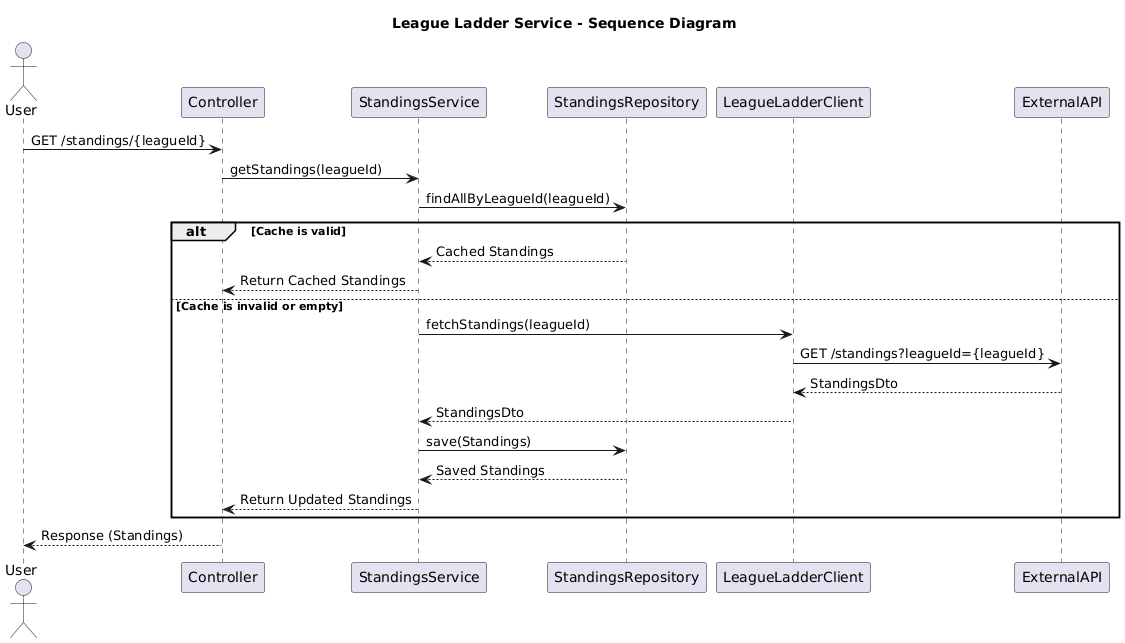
Earlier version of the PlantUML export sequence-diagram.png (kartikdewal/league-ladder). Source of this version:
```plantuml
@startuml
title League Ladder Service - Sequence Diagram

actor User
participant Controller
participant StandingsService
participant StandingsRepository
participant LeagueLadderClient
participant ExternalAPI

User -> Controller: GET /standings/{leagueId}
Controller -> StandingsService: getStandings(leagueId)
StandingsService -> StandingsRepository: findAllByLeagueId(leagueId)
alt Cache is valid
    StandingsRepository --> StandingsService: Cached Standings
    StandingsService --> Controller: Return Cached Standings
else Cache is invalid or empty
    StandingsService -> LeagueLadderClient: fetchStandings(leagueId)
    LeagueLadderClient -> ExternalAPI: GET /standings?leagueId={leagueId}
    ExternalAPI --> LeagueLadderClient: StandingsDto
    LeagueLadderClient --> StandingsService: StandingsDto
    StandingsService -> StandingsRepository: save(Standings)
    StandingsRepository --> StandingsService: Saved Standings
    StandingsService --> Controller: Return Updated Standings
end
Controller --> User: Response (Standings)
@enduml
```
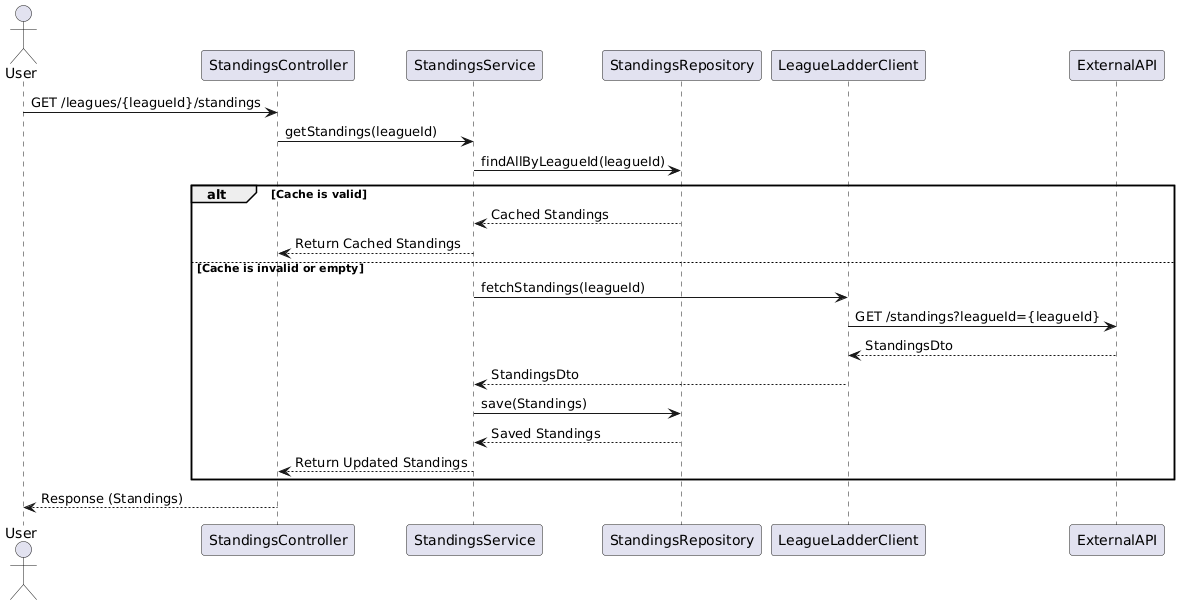
The same diagram one commit later.

Change to the diagram source:
```diff
@@ -1,19 +1,17 @@
 @startuml
-title League Ladder Service - Sequence Diagram
-
 actor User
-participant Controller
+participant StandingsController
 participant StandingsService
 participant StandingsRepository
 participant LeagueLadderClient
 participant ExternalAPI
 
-User -> Controller: GET /standings/{leagueId}
-Controller -> StandingsService: getStandings(leagueId)
+User -> StandingsController: GET /leagues/{leagueId}/standings
+StandingsController -> StandingsService: getStandings(leagueId)
 StandingsService -> StandingsRepository: findAllByLeagueId(leagueId)
 alt Cache is valid
     StandingsRepository --> StandingsService: Cached Standings
-    StandingsService --> Controller: Return Cached Standings
+    StandingsService --> StandingsController: Return Cached Standings
 else Cache is invalid or empty
     StandingsService -> LeagueLadderClient: fetchStandings(leagueId)
     LeagueLadderClient -> ExternalAPI: GET /standings?leagueId={leagueId}
@@ -21,7 +19,7 @@
     LeagueLadderClient --> StandingsService: StandingsDto
     StandingsService -> StandingsRepository: save(Standings)
     StandingsRepository --> StandingsService: Saved Standings
-    StandingsService --> Controller: Return Updated Standings
+    StandingsService --> StandingsController: Return Updated Standings
 end
-Controller --> User: Response (Standings)
+StandingsController --> User: Response (Standings)
 @enduml
```
